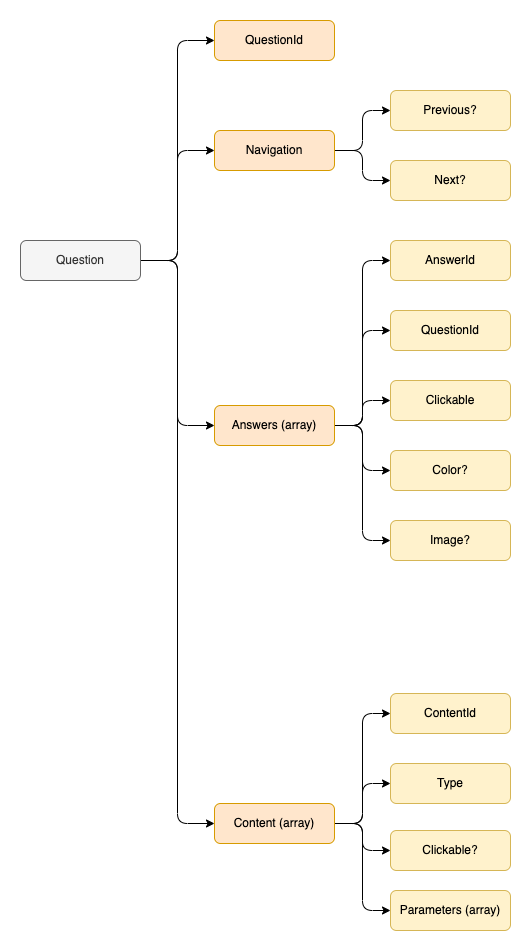
melody5660/vedlys keeps this draw.io diagram as docs/assets/schema.png. Above is the earlier version. Source tidied: cells renumbered, new cells last; positions are measured from the earlier drawing's top-left corner, leaving out a move shared by most shapes.
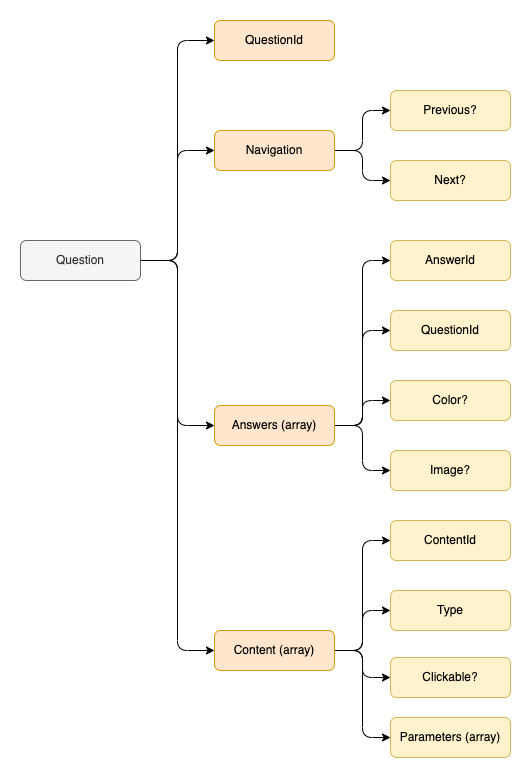
The same file after the commit.

Diff of the diagram source:
```diff
@@ -41,9 +41,6 @@
     <mxCell id="14" style="edgeStyle=orthogonalEdgeStyle;rounded=1;jettySize=auto;html=1;entryX=0;entryY=0.5;entryDx=0;entryDy=0;" parent="1" edge="1" source="18" target="20">
       <mxGeometry relative="1" as="geometry" />
     </mxCell>
-    <mxCell id="15" style="edgeStyle=orthogonalEdgeStyle;rounded=1;jettySize=auto;html=1;entryX=0;entryY=0.5;entryDx=0;entryDy=0;" parent="1" edge="1" source="18" target="21">
-      <mxGeometry relative="1" as="geometry" />
-    </mxCell>
     <mxCell id="16" style="edgeStyle=orthogonalEdgeStyle;rounded=1;jettySize=auto;html=1;entryX=0;entryY=0.5;entryDx=0;entryDy=0;" parent="1" edge="1" source="18" target="22">
       <mxGeometry relative="1" as="geometry" />
     </mxCell>
@@ -59,14 +56,11 @@
     <mxCell id="20" value="QuestionId" style="rounded=1;whiteSpace=wrap;html=1;fillColor=#fff2cc;strokeColor=#d6b656;" parent="1" vertex="1">
       <mxGeometry x="370" y="290" width="120" height="40" as="geometry" />
     </mxCell>
-    <mxCell id="21" value="Clickable" style="rounded=1;whiteSpace=wrap;html=1;fillColor=#fff2cc;strokeColor=#d6b656;" parent="1" vertex="1">
-      <mxGeometry x="370" y="360" width="120" height="40" as="geometry" />
-    </mxCell>
     <mxCell id="22" value="Color?" style="rounded=1;whiteSpace=wrap;html=1;fillColor=#fff2cc;strokeColor=#d6b656;" parent="1" vertex="1">
-      <mxGeometry x="370" y="430" width="120" height="40" as="geometry" />
+      <mxGeometry x="370" y="360" width="120" height="40" as="geometry" />
     </mxCell>
     <mxCell id="23" value="Image?" style="rounded=1;whiteSpace=wrap;html=1;fillColor=#fff2cc;strokeColor=#d6b656;" parent="1" vertex="1">
-      <mxGeometry x="370" y="500" width="120" height="40" as="geometry" />
+      <mxGeometry x="370" y="430" width="120" height="40" as="geometry" />
     </mxCell>
     <mxCell id="24" style="edgeStyle=orthogonalEdgeStyle;rounded=1;jettySize=auto;html=1;entryX=0;entryY=0.5;entryDx=0;entryDy=0;" parent="1" edge="1" source="28" target="29">
       <mxGeometry relative="1" as="geometry" />
@@ -81,19 +75,19 @@
       <mxGeometry relative="1" as="geometry" />
     </mxCell>
     <mxCell id="28" value="Content (array)" style="rounded=1;whiteSpace=wrap;html=1;fillColor=#ffe6cc;strokeColor=#d79b00;" parent="1" vertex="1">
-      <mxGeometry x="194" y="783" width="120" height="40" as="geometry" />
+      <mxGeometry x="194" y="610" width="120" height="40" as="geometry" />
     </mxCell>
     <mxCell id="29" value="ContentId" style="rounded=1;whiteSpace=wrap;html=1;fillColor=#fff2cc;strokeColor=#d6b656;" parent="1" vertex="1">
-      <mxGeometry x="370" y="673" width="120" height="40" as="geometry" />
+      <mxGeometry x="370" y="500" width="120" height="40" as="geometry" />
     </mxCell>
     <mxCell id="30" value="Type" style="rounded=1;whiteSpace=wrap;html=1;fillColor=#fff2cc;strokeColor=#d6b656;" parent="1" vertex="1">
-      <mxGeometry x="370" y="743" width="120" height="40" as="geometry" />
+      <mxGeometry x="370" y="570" width="120" height="40" as="geometry" />
     </mxCell>
     <mxCell id="31" value="Clickable?" style="rounded=1;whiteSpace=wrap;html=1;fillColor=#fff2cc;strokeColor=#d6b656;" parent="1" vertex="1">
-      <mxGeometry x="370" y="810" width="120" height="40" as="geometry" />
+      <mxGeometry x="370" y="637" width="120" height="40" as="geometry" />
     </mxCell>
     <mxCell id="32" value="Parameters (array)" style="rounded=1;whiteSpace=wrap;html=1;fillColor=#fff2cc;strokeColor=#d6b656;" parent="1" vertex="1">
-      <mxGeometry x="370" y="870" width="120" height="40" as="geometry" />
+      <mxGeometry x="370" y="697" width="120" height="40" as="geometry" />
     </mxCell>
   </root>
 </mxGraphModel>
```
